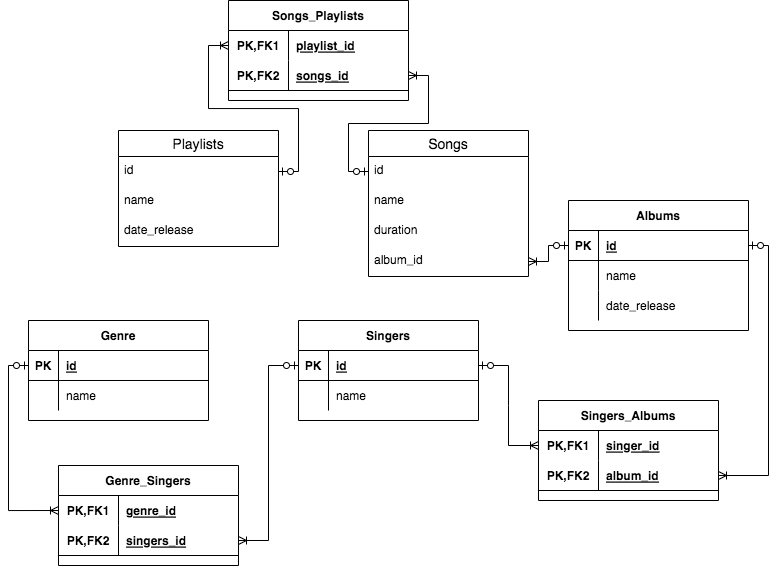
Above: SQL_music_script/music.png in Catiska/netology_git (draw.io), before the change. Source tidied: cells renumbered, new cells last; positions are measured from the earlier drawing's top-left corner, leaving out a move shared by most shapes.
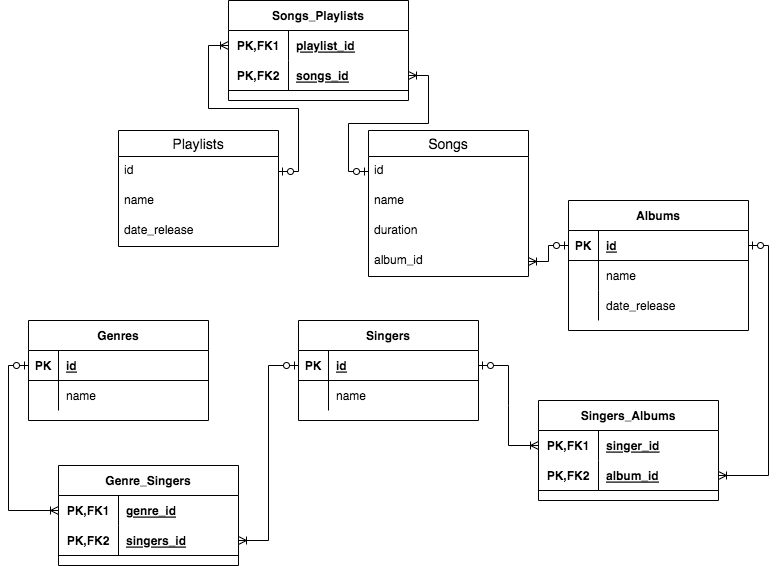
After the commit.

Diff of the diagram source:
```diff
@@ -29,7 +29,7 @@
     <mxCell id="10" value="date_release" style="text;strokeColor=none;fillColor=none;spacingLeft=4;spacingRight=4;overflow=hidden;fontSize=12;" parent="7" vertex="1">
       <mxGeometry y="86" width="160" height="30" as="geometry" />
     </mxCell>
-    <mxCell id="11" value="Genre" style="shape=table;startSize=30;rowLines=0;fontStyle=1;align=center;" parent="1" vertex="1">
+    <mxCell id="11" value="Genres" style="shape=table;startSize=30;rowLines=0;fontStyle=1;align=center;" parent="1" vertex="1">
       <mxGeometry y="320" width="180" height="100" as="geometry" />
     </mxCell>
     <mxCell id="12" style="shape=tableRow;horizontal=0;startSize=0;swimlaneHead=0;swimlaneBody=0;fillColor=none;points=[[0,0.5],[1,0.5]];portConstraint=eastwest;top=0;left=0;right=0;bottom=1;" parent="11" vertex="1">
```
